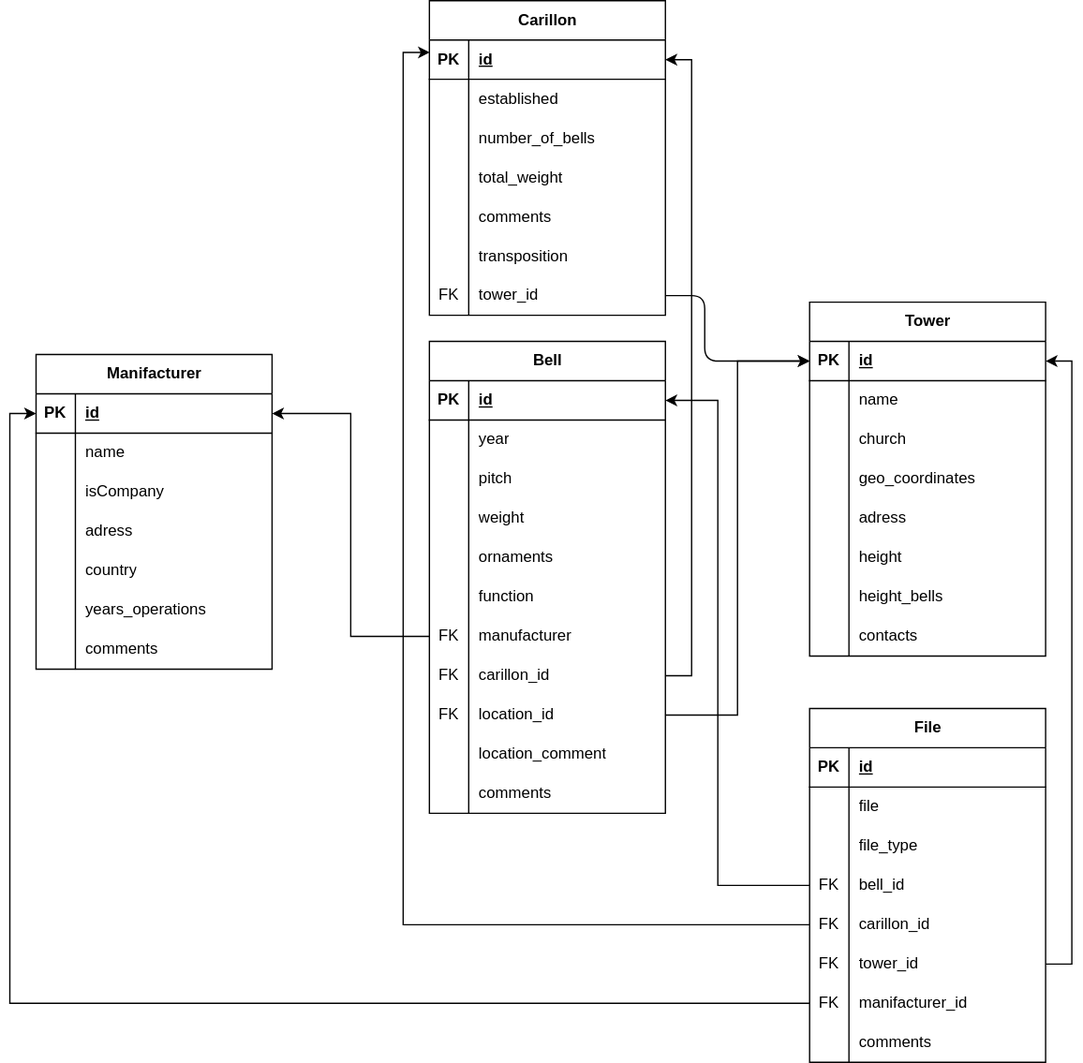
Jakobdevreese/klokkenInventarisGent keeps this draw.io diagram as analysis/erd_inventaris_gent.svg. Above is the earlier version. Source tidied: cells renumbered, new cells last; positions are measured from the earlier drawing's top-left corner, leaving out a move shared by most shapes.
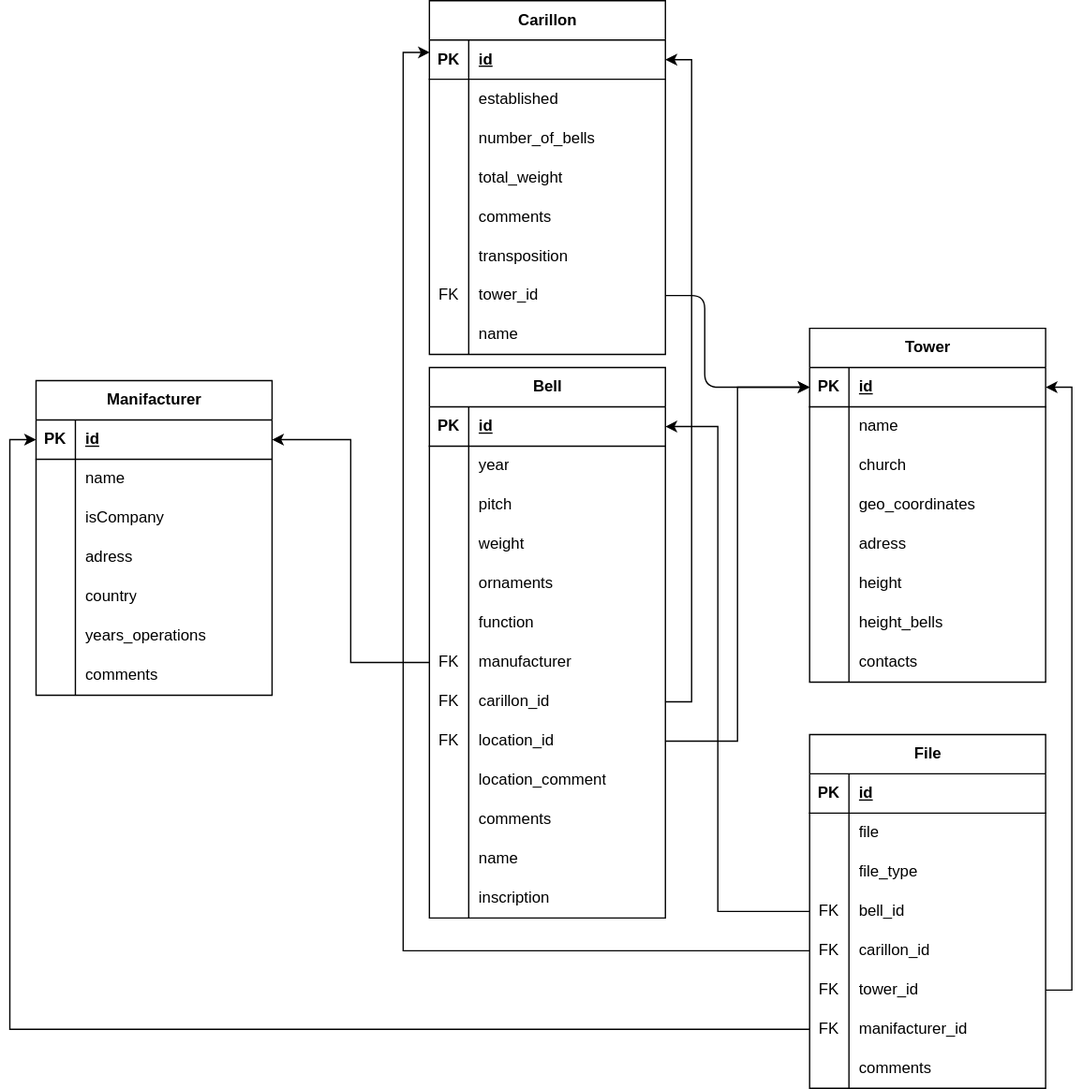
The same diagram one commit later.

What changed in the source:
```diff
@@ -3,7 +3,7 @@
     <mxCell id="0" />
     <mxCell id="1" parent="0" />
     <mxCell id="2" value="Bell" style="shape=table;startSize=30;rowLines=0;fontStyle=1;align=center;html=1;" parent="1" vertex="1">
-      <mxGeometry x="300" y="260" width="180" height="360" as="geometry" />
+      <mxGeometry x="300" y="260" width="180" height="420" as="geometry" />
     </mxCell>
     <mxCell id="3" style="shape=tableRow;horizontal=0;startSize=0;swimlaneHead=0;swimlaneBody=0;fillColor=none;points=[[0,0.5],[1,0.5]];portConstraint=eastwest;top=0;left=0;right=0;bottom=1;" parent="2" vertex="1">
       <mxGeometry y="30" width="180" height="30" as="geometry" />
@@ -104,6 +104,24 @@
     <mxCell id="35" value="comments" style="shape=partialRectangle;fillColor=none;top=0;left=0;bottom=0;right=0;align=left;spacingLeft=6;overflow=hidden;whiteSpace=wrap;html=1;" parent="33" vertex="1">
       <mxGeometry x="30" width="150" height="30" as="geometry" />
     </mxCell>
+    <mxCell id="138" style="shape=tableRow;horizontal=0;startSize=0;swimlaneHead=0;swimlaneBody=0;fillColor=none;top=0;left=0;right=0;bottom=0;" parent="2" vertex="1">
+      <mxGeometry y="360" width="180" height="30" as="geometry" />
+    </mxCell>
+    <mxCell id="139" style="shape=partialRectangle;fillColor=none;top=0;left=0;bottom=0;right=0;overflow=hidden;whiteSpace=wrap;html=1;" parent="138" vertex="1">
+      <mxGeometry width="30" height="30" as="geometry" />
+    </mxCell>
+    <mxCell id="140" value="name" style="shape=partialRectangle;fillColor=none;top=0;left=0;bottom=0;right=0;align=left;spacingLeft=6;overflow=hidden;whiteSpace=wrap;html=1;" parent="138" vertex="1">
+      <mxGeometry x="30" width="150" height="30" as="geometry" />
+    </mxCell>
+    <mxCell id="141" style="shape=tableRow;horizontal=0;startSize=0;swimlaneHead=0;swimlaneBody=0;fillColor=none;top=0;left=0;right=0;bottom=0;" parent="2" vertex="1">
+      <mxGeometry y="390" width="180" height="30" as="geometry" />
+    </mxCell>
+    <mxCell id="142" style="shape=partialRectangle;fillColor=none;top=0;left=0;bottom=0;right=0;overflow=hidden;whiteSpace=wrap;html=1;" parent="141" vertex="1">
+      <mxGeometry width="30" height="30" as="geometry" />
+    </mxCell>
+    <mxCell id="143" value="inscription" style="shape=partialRectangle;fillColor=none;top=0;left=0;bottom=0;right=0;align=left;spacingLeft=6;overflow=hidden;whiteSpace=wrap;html=1;" parent="141" vertex="1">
+      <mxGeometry x="30" width="150" height="30" as="geometry" />
+    </mxCell>
     <mxCell id="36" value="Tower" style="shape=table;startSize=30;rowLines=0;fontStyle=1;align=center;html=1;" parent="1" vertex="1">
       <mxGeometry x="590" y="230" width="180" height="270" as="geometry" />
     </mxCell>
@@ -183,7 +201,7 @@
       <mxGeometry relative="1" as="geometry" />
     </mxCell>
     <mxCell id="62" value="Carillon" style="shape=table;startSize=30;rowLines=0;fontStyle=1;align=center;html=1;" parent="1" vertex="1">
-      <mxGeometry x="300" width="180" height="240" as="geometry" />
+      <mxGeometry x="300" y="-20" width="180" height="270" as="geometry" />
     </mxCell>
     <mxCell id="63" style="shape=tableRow;horizontal=0;startSize=0;swimlaneHead=0;swimlaneBody=0;fillColor=none;points=[[0,0.5],[1,0.5]];portConstraint=eastwest;top=0;left=0;right=0;bottom=1;" parent="62" vertex="1">
       <mxGeometry y="30" width="180" height="30" as="geometry" />
@@ -248,6 +266,15 @@
     <mxCell id="83" value="tower_id" style="shape=partialRectangle;fillColor=none;top=0;left=0;bottom=0;right=0;align=left;spacingLeft=6;overflow=hidden;whiteSpace=wrap;html=1;" parent="81" vertex="1">
       <mxGeometry x="30" width="150" height="30" as="geometry" />
     </mxCell>
+    <mxCell id="144" style="shape=tableRow;horizontal=0;startSize=0;swimlaneHead=0;swimlaneBody=0;fillColor=none;top=0;left=0;right=0;bottom=0;" parent="62" vertex="1">
+      <mxGeometry y="240" width="180" height="30" as="geometry" />
+    </mxCell>
+    <mxCell id="145" style="shape=partialRectangle;fillColor=none;top=0;left=0;bottom=0;right=0;overflow=hidden;whiteSpace=wrap;html=1;" parent="144" vertex="1">
+      <mxGeometry width="30" height="30" as="geometry" />
+    </mxCell>
+    <mxCell id="146" value="name" style="shape=partialRectangle;fillColor=none;top=0;left=0;bottom=0;right=0;align=left;spacingLeft=6;overflow=hidden;whiteSpace=wrap;html=1;" parent="144" vertex="1">
+      <mxGeometry x="30" width="150" height="30" as="geometry" />
+    </mxCell>
     <mxCell id="84" value="File" style="shape=table;startSize=30;rowLines=0;fontStyle=1;align=center;html=1;" parent="1" vertex="1">
       <mxGeometry x="590" y="540" width="180" height="270" as="geometry" />
     </mxCell>
@@ -415,7 +442,7 @@
     <mxCell id="137" style="edgeStyle=none;html=1;exitX=1;exitY=0.5;exitDx=0;exitDy=0;entryX=0;entryY=0.5;entryDx=0;entryDy=0;" parent="1" edge="1" source="81" target="37">
       <mxGeometry relative="1" as="geometry">
         <Array as="points">
-          <mxPoint x="510" y="225" />
+          <mxPoint x="510" y="205" />
           <mxPoint x="510" y="275" />
         </Array>
       </mxGeometry>
```
